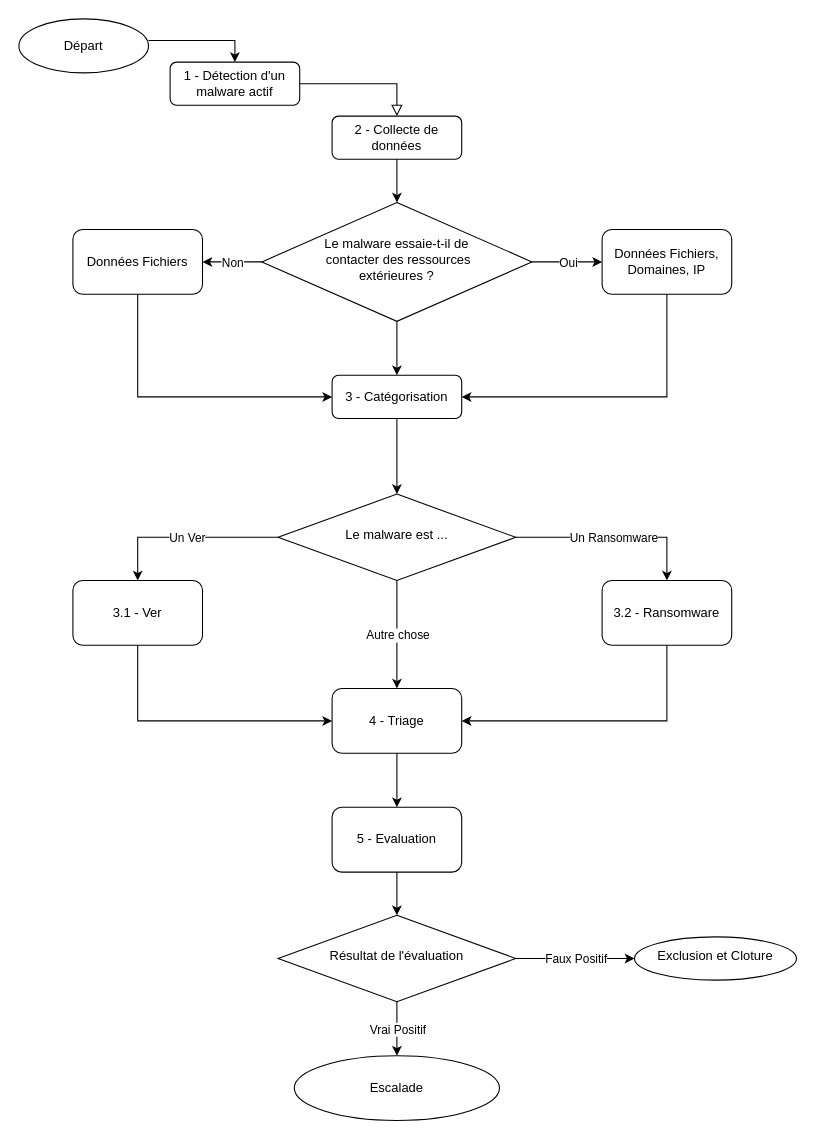
This is Workflow SOC - Malware.drawio from Melfice60/Playbooks, a draw.io file, before an edit. Source tidied: cells renumbered, new cells numbered last; positions are measured from the earlier drawing's top-left corner, leaving out a move shared by most shapes. Both pictures are drawn from the tidied source at 108%, with x=0, y=0 at pixel (18, 18).
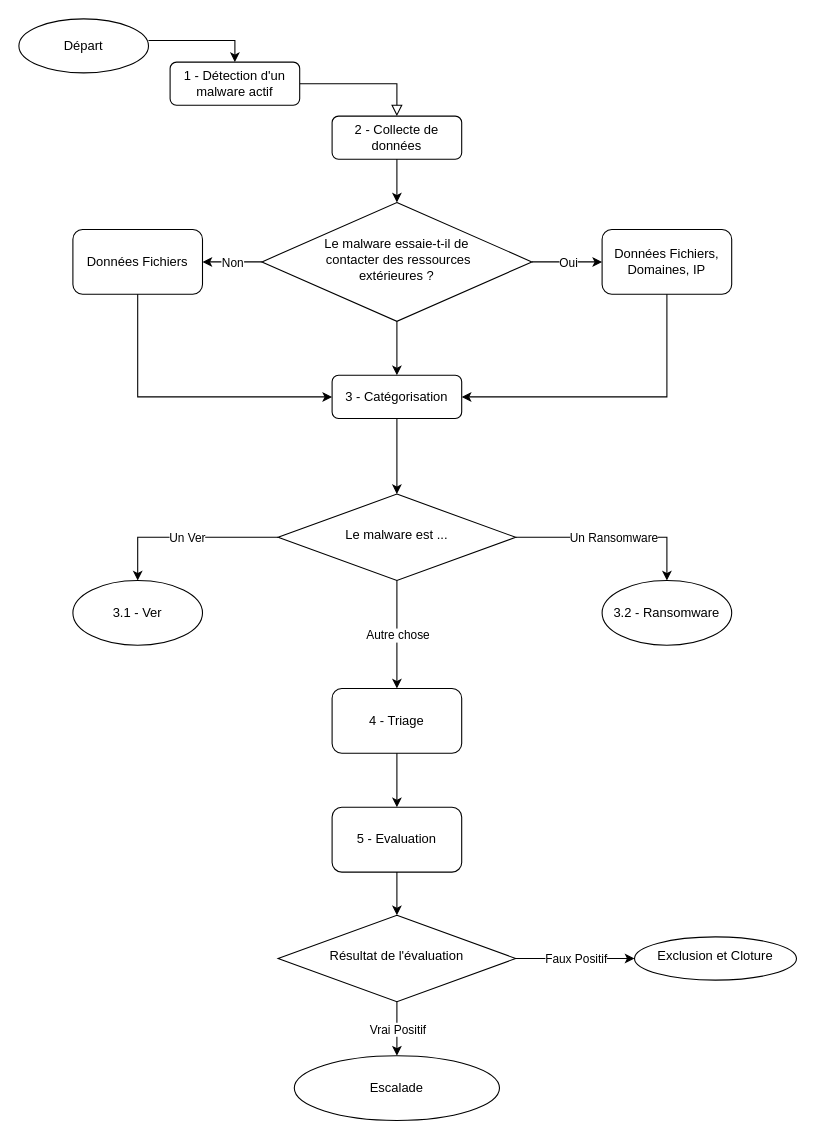
The same page after the edit.

Commit message:
Mettre à jour Workflow SOC - Malware.drawio

Unchanged cells that the change refers to:
```xml
<mxCell id="20" value="Le malware est ..." style="rhombus;whiteSpace=wrap;html=1;shadow=0;fontFamily=Helvetica;fontSize=12;align=center;strokeWidth=1;spacing=6;spacingTop=-4;" parent="1" vertex="1">
  <mxGeometry x="240" y="440" width="220" height="80" as="geometry" />
</mxCell>
<mxCell id="29" value="4 - Triage" style="rounded=1;whiteSpace=wrap;html=1;" parent="1" vertex="1">
  <mxGeometry x="290" y="620" width="120" height="60" as="geometry" />
</mxCell>
```

What changed in the source:
```diff
@@
-    <mxCell id="23" style="endArrow=classic;html=1;rounded=0;exitX=0;exitY=0.5;exitDx=0;exitDy=0;" parent="1" edge="1" source="20">
+    <mxCell id="23" style="endArrow=classic;html=1;rounded=0;exitX=0;exitY=0.5;exitDx=0;exitDy=0;entryX=0.5;entryY=0;entryDx=0;entryDy=0;" parent="1" edge="1" source="20" target="28">
       <mxGeometry relative="1" as="geometry">
-        <mxPoint x="110" y="520" as="targetPoint" />
         <Array as="points">
           <mxPoint x="110" y="480" />
         </Array>
       </mxGeometry>
     </mxCell>
@@
-    <mxCell id="27" value="3.2 - Ransomware" style="rounded=1;whiteSpace=wrap;html=1;" parent="1" vertex="1">
-      <mxGeometry x="540" y="520" width="120" height="60" as="geometry" />
-    </mxCell>
-    <mxCell id="28" value="3.1 - Ver" style="rounded=1;whiteSpace=wrap;html=1;" parent="1" vertex="1">
-      <mxGeometry x="50" y="520" width="120" height="60" as="geometry" />
-    </mxCell>
+    <mxCell id="42" style="edgeStyle=orthogonalEdgeStyle;rounded=0;jettySize=auto;html=1;exitX=0.5;exitY=0;exitDx=0;exitDy=0;entryX=0.5;entryY=0;entryDx=0;entryDy=0;" parent="1" edge="1" target="27">
+      <mxGeometry relative="1" as="geometry">
+        <mxPoint x="600" y="520" as="sourcePoint" />
+      </mxGeometry>
+    </mxCell>
@@
-    <mxCell id="30" style="endArrow=classic;html=1;rounded=0;entryX=1;entryY=0.5;entryDx=0;entryDy=0;exitX=0.5;exitY=1;exitDx=0;exitDy=0;" parent="1" edge="1" source="27" target="29">
-      <mxGeometry relative="1" as="geometry">
-        <Array as="points">
-          <mxPoint x="600" y="650" />
-        </Array>
-      </mxGeometry>
-    </mxCell>
-    <mxCell id="31" style="endArrow=classic;html=1;rounded=0;exitX=0.5;exitY=1;exitDx=0;exitDy=0;entryX=0;entryY=0.5;entryDx=0;entryDy=0;" parent="1" edge="1" source="28" target="29">
-      <mxGeometry relative="1" as="geometry">
-        <Array as="points">
-          <mxPoint x="110" y="650" />
-        </Array>
-      </mxGeometry>
-    </mxCell>
@@
+    <mxCell id="27" value="3.2 - Ransomware" style="ellipse;whiteSpace=wrap;html=1;" parent="1" vertex="1">
+      <mxGeometry x="540" y="520" width="120" height="60" as="geometry" />
+    </mxCell>
+    <mxCell id="28" value="3.1 - Ver" style="ellipse;whiteSpace=wrap;html=1;" parent="1" vertex="1">
+      <mxGeometry x="50" y="520" width="120" height="60" as="geometry" />
+    </mxCell>
```
